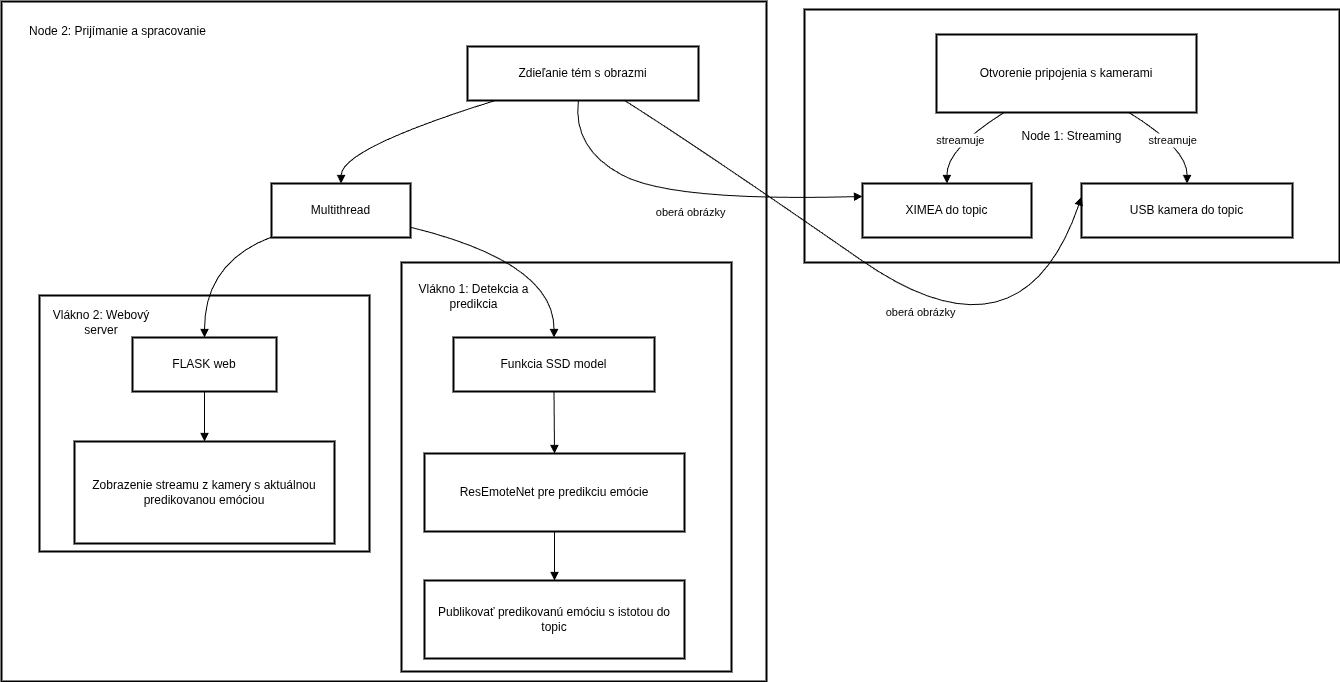
KocurMaros/MasterThesis keeps this draw.io diagram as img/ros2_nodes.png. Above is the earlier version. Source tidied: cells renumbered, new cells last; positions are measured from the earlier drawing's top-left corner, leaving out a move shared by most shapes. Source of this version:
```xml
<mxGraphModel>
  <root>
    <mxCell id="0" />
    <mxCell id="1" parent="0" />
    <mxCell id="2" style="whiteSpace=wrap;strokeWidth=2;" parent="1" vertex="1">
      <mxGeometry width="765" height="680" as="geometry" />
    </mxCell>
    <mxCell id="3" style="whiteSpace=wrap;strokeWidth=2;" parent="1" vertex="1">
      <mxGeometry x="38" y="294" width="330" height="256" as="geometry" />
    </mxCell>
    <mxCell id="4" style="whiteSpace=wrap;strokeWidth=2;" parent="1" vertex="1">
      <mxGeometry x="400" y="261" width="330" height="409" as="geometry" />
    </mxCell>
    <mxCell id="5" value="Node 1: Streaming" style="whiteSpace=wrap;strokeWidth=2;" parent="1" vertex="1">
      <mxGeometry x="803" y="8" width="535" height="253" as="geometry" />
    </mxCell>
    <mxCell id="6" value="Otvorenie pripojenia s kamerami" style="whiteSpace=wrap;strokeWidth=2;" parent="1" vertex="1">
      <mxGeometry x="935" y="33" width="260" height="78" as="geometry" />
    </mxCell>
    <mxCell id="7" value="XIMEA do topic" style="whiteSpace=wrap;strokeWidth=2;" parent="1" vertex="1">
      <mxGeometry x="861" y="182" width="169" height="54" as="geometry" />
    </mxCell>
    <mxCell id="8" value="USB kamera do topic" style="whiteSpace=wrap;strokeWidth=2;" parent="1" vertex="1">
      <mxGeometry x="1080" y="182" width="211" height="54" as="geometry" />
    </mxCell>
    <mxCell id="9" value="Zdieľanie tém s obrazmi" style="whiteSpace=wrap;strokeWidth=2;" parent="1" vertex="1">
      <mxGeometry x="466" y="45" width="231" height="54" as="geometry" />
    </mxCell>
    <mxCell id="10" value="Multithread" style="whiteSpace=wrap;strokeWidth=2;" parent="1" vertex="1">
      <mxGeometry x="270" y="182" width="139" height="54" as="geometry" />
    </mxCell>
    <mxCell id="11" value="Funkcia SSD model" style="whiteSpace=wrap;strokeWidth=2;" parent="1" vertex="1">
      <mxGeometry x="452" y="336" width="201" height="54" as="geometry" />
    </mxCell>
    <mxCell id="12" value="ResEmoteNet pre predikciu emócie" style="whiteSpace=wrap;strokeWidth=2;" parent="1" vertex="1">
      <mxGeometry x="423" y="452" width="260" height="78" as="geometry" />
    </mxCell>
    <mxCell id="13" value="Publikovať predikovanú emóciu s istotou do topic" style="whiteSpace=wrap;strokeWidth=2;" parent="1" vertex="1">
      <mxGeometry x="423" y="579" width="260" height="78" as="geometry" />
    </mxCell>
    <mxCell id="14" value="FLASK web" style="whiteSpace=wrap;strokeWidth=2;" parent="1" vertex="1">
      <mxGeometry x="131" y="336" width="144" height="54" as="geometry" />
    </mxCell>
    <mxCell id="15" value="Zobrazenie streamu z kamery s aktuálnou predikovanou emóciou" style="whiteSpace=wrap;strokeWidth=2;" parent="1" vertex="1">
      <mxGeometry x="73" y="440" width="260" height="102" as="geometry" />
    </mxCell>
    <mxCell id="16" value="streamuje" style="curved=1;startArrow=none;endArrow=block;exitX=0.26;exitY=1;entryX=0.5;entryY=0;" parent="1" edge="1" source="6" target="7">
      <mxGeometry relative="1" as="geometry">
        <Array as="points">
          <mxPoint x="945" y="147" />
        </Array>
      </mxGeometry>
    </mxCell>
    <mxCell id="17" value="streamuje" style="curved=1;startArrow=none;endArrow=block;exitX=0.74;exitY=1;entryX=0.5;entryY=0;" parent="1" edge="1" source="6" target="8">
      <mxGeometry relative="1" as="geometry">
        <Array as="points">
          <mxPoint x="1186" y="147" />
        </Array>
      </mxGeometry>
    </mxCell>
    <mxCell id="18" value="oberá obrázky" style="curved=1;startArrow=none;endArrow=block;exitX=0.48;exitY=1;entryX=0;entryY=0.24;" parent="1" edge="1" source="9" target="7">
      <mxGeometry x="0.03" y="-11" relative="1" as="geometry">
        <Array as="points">
          <mxPoint x="571" y="147" />
          <mxPoint x="670" y="200" />
        </Array>
      </mxGeometry>
    </mxCell>
    <mxCell id="19" value="oberá obrázky" style="curved=1;startArrow=none;endArrow=block;exitX=0.68;exitY=1;entryX=0;entryY=0.25;" parent="1" edge="1" source="9" target="8">
      <mxGeometry x="0.1" y="-8" relative="1" as="geometry">
        <Array as="points">
          <mxPoint x="699" y="147" />
          <mxPoint x="1020" y="370" />
        </Array>
      </mxGeometry>
    </mxCell>
    <mxCell id="20" style="curved=1;startArrow=none;endArrow=block;exitX=0.12;exitY=1;entryX=0.5;entryY=0;" parent="1" edge="1" source="9" target="10">
      <mxGeometry relative="1" as="geometry">
        <Array as="points">
          <mxPoint x="340" y="147" />
        </Array>
      </mxGeometry>
    </mxCell>
    <mxCell id="21" style="curved=1;startArrow=none;endArrow=block;exitX=1;exitY=0.81;entryX=0.5;entryY=0;" parent="1" edge="1" source="10" target="11">
      <mxGeometry relative="1" as="geometry">
        <Array as="points">
          <mxPoint x="553" y="261" />
        </Array>
      </mxGeometry>
    </mxCell>
    <mxCell id="22" style="curved=1;startArrow=none;endArrow=block;exitX=0;exitY=0.99;entryX=0.5;entryY=0;" parent="1" edge="1" source="10" target="14">
      <mxGeometry relative="1" as="geometry">
        <Array as="points">
          <mxPoint x="203" y="261" />
        </Array>
      </mxGeometry>
    </mxCell>
    <mxCell id="23" style="curved=1;startArrow=none;endArrow=block;exitX=0.5;exitY=1;entryX=0.5;entryY=0;" parent="1" edge="1" source="11" target="12">
      <mxGeometry relative="1" as="geometry" />
    </mxCell>
    <mxCell id="24" style="curved=1;startArrow=none;endArrow=block;exitX=0.5;exitY=1;entryX=0.5;entryY=0;" parent="1" edge="1" source="12" target="13">
      <mxGeometry relative="1" as="geometry" />
    </mxCell>
    <mxCell id="25" style="curved=1;startArrow=none;endArrow=block;exitX=0.5;exitY=1;entryX=0.5;entryY=0;" parent="1" edge="1" source="14" target="15">
      <mxGeometry relative="1" as="geometry" />
    </mxCell>
    <mxCell id="26" value="Node 2: Prijímanie a spracovanie" style="text;html=1;align=center;verticalAlign=middle;whiteSpace=wrap;rounded=0;" parent="1" vertex="1">
      <mxGeometry x="13" y="15" width="207" height="30" as="geometry" />
    </mxCell>
    <mxCell id="27" value="Vlákno 1: Detekcia a predikcia" style="text;html=1;align=center;verticalAlign=middle;whiteSpace=wrap;rounded=0;" parent="1" vertex="1">
      <mxGeometry x="405" y="280" width="135" height="30" as="geometry" />
    </mxCell>
    <mxCell id="28" value="Vlákno 2: Webový server" style="text;html=1;align=center;verticalAlign=middle;whiteSpace=wrap;rounded=0;" parent="1" vertex="1">
      <mxGeometry x="50" y="306" width="100" height="30" as="geometry" />
    </mxCell>
  </root>
</mxGraphModel>
```
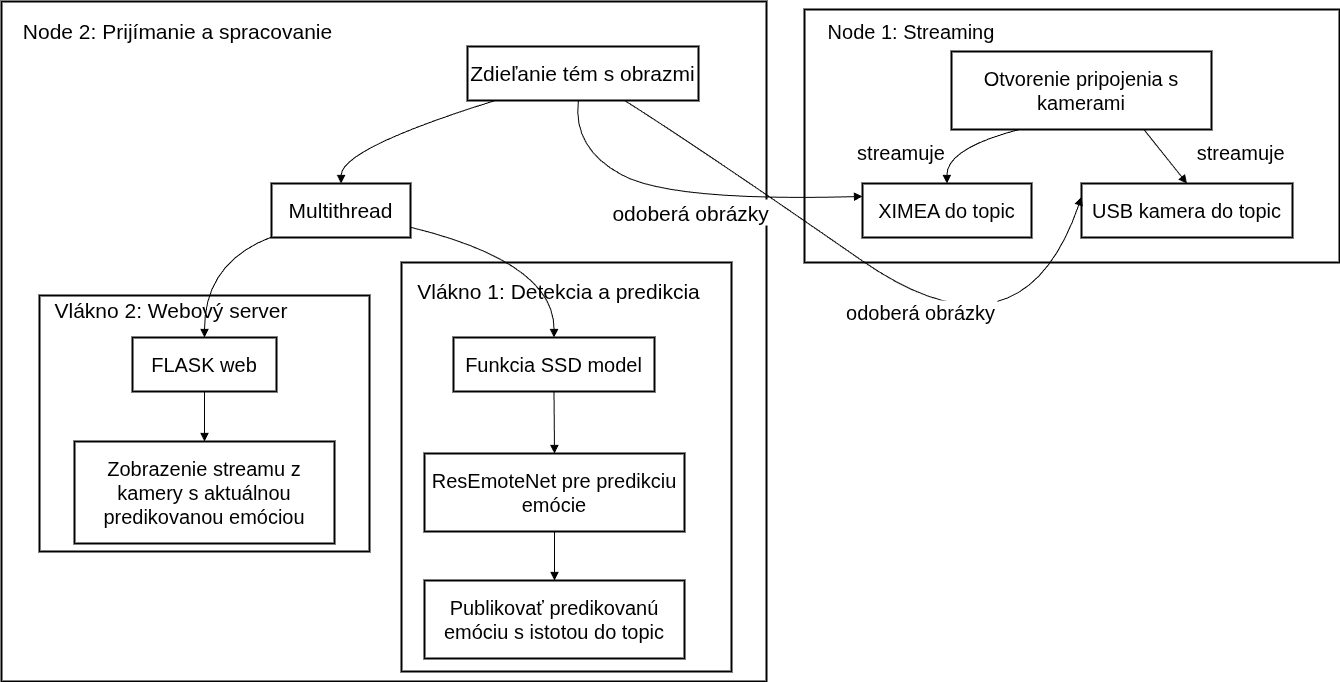
The same diagram one commit later.

The edit, as a diff of the source:
```diff
@@ -11,54 +11,52 @@
     <mxCell id="4" style="whiteSpace=wrap;strokeWidth=2;" parent="1" vertex="1">
       <mxGeometry x="400" y="261" width="330" height="409" as="geometry" />
     </mxCell>
-    <mxCell id="5" value="Node 1: Streaming" style="whiteSpace=wrap;strokeWidth=2;" parent="1" vertex="1">
+    <mxCell id="5" style="whiteSpace=wrap;strokeWidth=2;fontSize=20;" parent="1" vertex="1">
       <mxGeometry x="803" y="8" width="535" height="253" as="geometry" />
     </mxCell>
-    <mxCell id="6" value="Otvorenie pripojenia s kamerami" style="whiteSpace=wrap;strokeWidth=2;" parent="1" vertex="1">
-      <mxGeometry x="935" y="33" width="260" height="78" as="geometry" />
+    <mxCell id="6" value="Otvorenie pripojenia s kamerami" style="whiteSpace=wrap;strokeWidth=2;fontSize=20;" parent="1" vertex="1">
+      <mxGeometry x="950" y="50" width="260" height="78" as="geometry" />
     </mxCell>
-    <mxCell id="7" value="XIMEA do topic" style="whiteSpace=wrap;strokeWidth=2;" parent="1" vertex="1">
+    <mxCell id="7" value="XIMEA do topic" style="whiteSpace=wrap;strokeWidth=2;fontSize=20;" parent="1" vertex="1">
       <mxGeometry x="861" y="182" width="169" height="54" as="geometry" />
     </mxCell>
-    <mxCell id="8" value="USB kamera do topic" style="whiteSpace=wrap;strokeWidth=2;" parent="1" vertex="1">
+    <mxCell id="8" value="USB kamera do topic" style="whiteSpace=wrap;strokeWidth=2;fontSize=20;" parent="1" vertex="1">
       <mxGeometry x="1080" y="182" width="211" height="54" as="geometry" />
     </mxCell>
-    <mxCell id="9" value="Zdieľanie tém s obrazmi" style="whiteSpace=wrap;strokeWidth=2;" parent="1" vertex="1">
+    <mxCell id="9" value="Zdieľanie tém s obrazmi" style="whiteSpace=wrap;strokeWidth=2;fontSize=21;" parent="1" vertex="1">
       <mxGeometry x="466" y="45" width="231" height="54" as="geometry" />
     </mxCell>
-    <mxCell id="10" value="Multithread" style="whiteSpace=wrap;strokeWidth=2;" parent="1" vertex="1">
+    <mxCell id="10" value="Multithread" style="whiteSpace=wrap;strokeWidth=2;fontSize=21;" parent="1" vertex="1">
       <mxGeometry x="270" y="182" width="139" height="54" as="geometry" />
     </mxCell>
-    <mxCell id="11" value="Funkcia SSD model" style="whiteSpace=wrap;strokeWidth=2;" parent="1" vertex="1">
+    <mxCell id="11" value="Funkcia SSD model" style="whiteSpace=wrap;strokeWidth=2;fontSize=20;" parent="1" vertex="1">
       <mxGeometry x="452" y="336" width="201" height="54" as="geometry" />
     </mxCell>
-    <mxCell id="12" value="ResEmoteNet pre predikciu emócie" style="whiteSpace=wrap;strokeWidth=2;" parent="1" vertex="1">
+    <mxCell id="12" value="ResEmoteNet pre predikciu emócie" style="whiteSpace=wrap;strokeWidth=2;fontSize=20;" parent="1" vertex="1">
       <mxGeometry x="423" y="452" width="260" height="78" as="geometry" />
     </mxCell>
-    <mxCell id="13" value="Publikovať predikovanú emóciu s istotou do topic" style="whiteSpace=wrap;strokeWidth=2;" parent="1" vertex="1">
+    <mxCell id="13" value="Publikovať predikovanú emóciu s istotou do topic" style="whiteSpace=wrap;strokeWidth=2;fontSize=20;" parent="1" vertex="1">
       <mxGeometry x="423" y="579" width="260" height="78" as="geometry" />
     </mxCell>
-    <mxCell id="14" value="FLASK web" style="whiteSpace=wrap;strokeWidth=2;" parent="1" vertex="1">
+    <mxCell id="14" value="FLASK web" style="whiteSpace=wrap;strokeWidth=2;fontSize=20;" parent="1" vertex="1">
       <mxGeometry x="131" y="336" width="144" height="54" as="geometry" />
     </mxCell>
-    <mxCell id="15" value="Zobrazenie streamu z kamery s aktuálnou predikovanou emóciou" style="whiteSpace=wrap;strokeWidth=2;" parent="1" vertex="1">
+    <mxCell id="15" value="Zobrazenie streamu z kamery s aktuálnou predikovanou emóciou" style="whiteSpace=wrap;strokeWidth=2;fontSize=20;" parent="1" vertex="1">
       <mxGeometry x="73" y="440" width="260" height="102" as="geometry" />
     </mxCell>
-    <mxCell id="16" value="streamuje" style="curved=1;startArrow=none;endArrow=block;exitX=0.26;exitY=1;entryX=0.5;entryY=0;" parent="1" edge="1" source="6" target="7">
-      <mxGeometry relative="1" as="geometry">
+    <mxCell id="16" value="streamuje" style="curved=1;startArrow=none;endArrow=block;exitX=0.26;exitY=1;entryX=0.5;entryY=0;fontSize=20;" parent="1" edge="1" source="6" target="7">
+      <mxGeometry x="0.41" y="-45" relative="1" as="geometry">
         <Array as="points">
           <mxPoint x="945" y="147" />
         </Array>
       </mxGeometry>
     </mxCell>
-    <mxCell id="17" value="streamuje" style="curved=1;startArrow=none;endArrow=block;exitX=0.74;exitY=1;entryX=0.5;entryY=0;" parent="1" edge="1" source="6" target="8">
-      <mxGeometry relative="1" as="geometry">
-        <Array as="points">
-          <mxPoint x="1186" y="147" />
-        </Array>
+    <mxCell id="17" value="streamuje" style="curved=1;startArrow=none;endArrow=block;exitX=0.74;exitY=1;entryX=0.5;entryY=0;fontSize=20;" parent="1" edge="1" source="6" target="8">
+      <mxGeometry x="1" y="63" relative="1" as="geometry">
+        <mxPoint x="5" y="7" as="offset" />
       </mxGeometry>
     </mxCell>
-    <mxCell id="18" value="oberá obrázky" style="curved=1;startArrow=none;endArrow=block;exitX=0.48;exitY=1;entryX=0;entryY=0.24;" parent="1" edge="1" source="9" target="7">
+    <mxCell id="18" value="odoberá obrázky" style="curved=1;startArrow=none;endArrow=block;exitX=0.48;exitY=1;entryX=0;entryY=0.24;fontSize=21;" parent="1" edge="1" source="9" target="7">
       <mxGeometry x="0.03" y="-11" relative="1" as="geometry">
         <Array as="points">
           <mxPoint x="571" y="147" />
@@ -66,7 +64,7 @@
         </Array>
       </mxGeometry>
     </mxCell>
-    <mxCell id="19" value="oberá obrázky" style="curved=1;startArrow=none;endArrow=block;exitX=0.68;exitY=1;entryX=0;entryY=0.25;" parent="1" edge="1" source="9" target="8">
+    <mxCell id="19" value="odoberá obrázky" style="curved=1;startArrow=none;endArrow=block;exitX=0.68;exitY=1;entryX=0;entryY=0.25;fontSize=20;" parent="1" edge="1" source="9" target="8">
       <mxGeometry x="0.1" y="-8" relative="1" as="geometry">
         <Array as="points">
           <mxPoint x="699" y="147" />
@@ -104,14 +102,17 @@
     <mxCell id="25" style="curved=1;startArrow=none;endArrow=block;exitX=0.5;exitY=1;entryX=0.5;entryY=0;" parent="1" edge="1" source="14" target="15">
       <mxGeometry relative="1" as="geometry" />
     </mxCell>
-    <mxCell id="26" value="Node 2: Prijímanie a spracovanie" style="text;html=1;align=center;verticalAlign=middle;whiteSpace=wrap;rounded=0;" parent="1" vertex="1">
-      <mxGeometry x="13" y="15" width="207" height="30" as="geometry" />
+    <mxCell id="26" value="&lt;font style=&quot;font-size: 21px;&quot;&gt;Node 2: Prijímanie a spracovanie&lt;/font&gt;" style="text;html=1;align=center;verticalAlign=middle;whiteSpace=wrap;rounded=0;" parent="1" vertex="1">
+      <mxGeometry x="13" y="15" width="327" height="30" as="geometry" />
     </mxCell>
-    <mxCell id="27" value="Vlákno 1: Detekcia a predikcia" style="text;html=1;align=center;verticalAlign=middle;whiteSpace=wrap;rounded=0;" parent="1" vertex="1">
-      <mxGeometry x="405" y="280" width="135" height="30" as="geometry" />
+    <mxCell id="27" value="&lt;font style=&quot;font-size: 21px;&quot;&gt;Vlákno 1: Detekcia a predikcia&lt;/font&gt;" style="text;html=1;align=center;verticalAlign=middle;whiteSpace=wrap;rounded=0;" parent="1" vertex="1">
+      <mxGeometry x="405" y="280" width="305" height="20" as="geometry" />
     </mxCell>
-    <mxCell id="28" value="Vlákno 2: Webový server" style="text;html=1;align=center;verticalAlign=middle;whiteSpace=wrap;rounded=0;" parent="1" vertex="1">
-      <mxGeometry x="50" y="306" width="100" height="30" as="geometry" />
+    <mxCell id="28" value="&lt;font style=&quot;font-size: 21px;&quot;&gt;Vlákno 2: Webový server&lt;/font&gt;" style="text;html=1;align=center;verticalAlign=middle;whiteSpace=wrap;rounded=0;" parent="1" vertex="1">
+      <mxGeometry x="50" y="294" width="240" height="30" as="geometry" />
     </mxCell>
+    <mxCell id="29" value="&lt;span style=&quot;font-size: 20px;&quot;&gt;Node 1: Streaming&lt;/span&gt;" style="text;html=1;align=center;verticalAlign=middle;whiteSpace=wrap;rounded=0;" parent="1" vertex="1">
+      <mxGeometry x="820" y="15" width="180" height="30" as="geometry" />
+    </mxCell>
   </root>
 </mxGraphModel>
```
